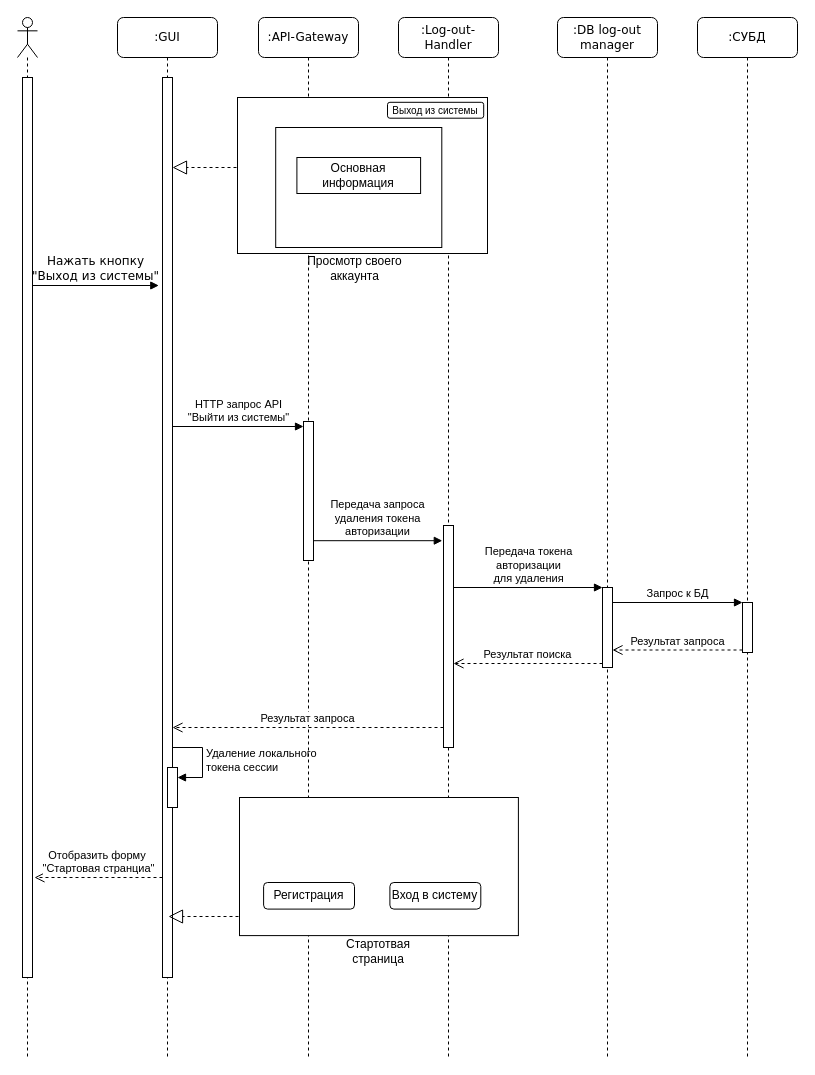
Earlier version of the draw.io diagram raw_diagrams/log_out_request_flow_diagram.drawio (AS2/internet_technologies). Source tidied: cells renumbered, new cells numbered last; positions are measured from the earlier drawing's top-left corner, leaving out a move shared by most shapes. Both pictures are drawn from the tidied source at 100%, with x=0, y=0 at pixel (17, 17).
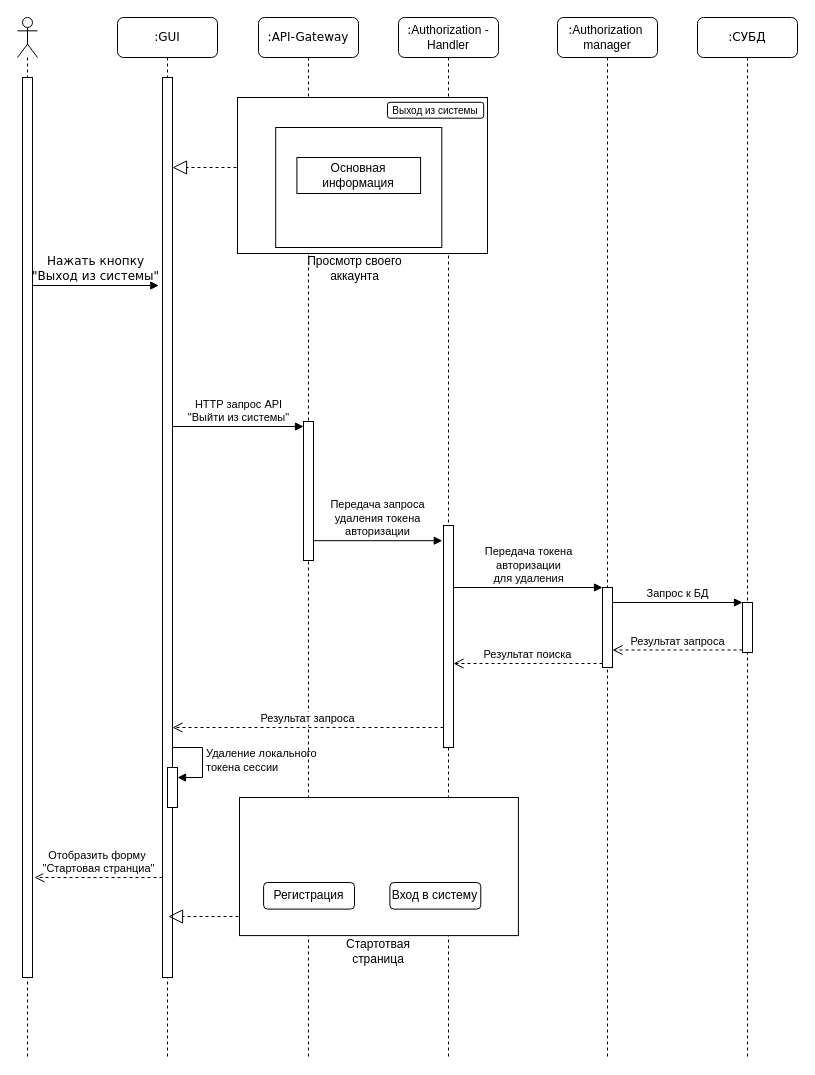
The same page after the edit.

Commit message (it also covers changes not shown here):
Fixed components and flow diagrams

Change to the diagram source:
```diff
@@
-    <mxCell id="9" value=":DB log-out manager" style="shape=umlLifeline;perimeter=lifelinePerimeter;whiteSpace=wrap;html=1;rounded=1;shadow=0;comic=0;labelBackgroundColor=none;strokeWidth=1;fontFamily=Verdana;fontSize=12;align=center;" parent="1" vertex="1">
+    <mxCell id="9" value=":&lt;span style=&quot;font-family: Helvetica;&quot;&gt;Authorization&amp;nbsp;&lt;/span&gt;&lt;br style=&quot;font-family: Helvetica;&quot;&gt;&lt;span style=&quot;font-family: Helvetica;&quot;&gt;manager&lt;/span&gt;" style="shape=umlLifeline;perimeter=lifelinePerimeter;whiteSpace=wrap;html=1;rounded=1;shadow=0;comic=0;labelBackgroundColor=none;strokeWidth=1;fontFamily=Verdana;fontSize=12;align=center;" parent="1" vertex="1">
       <mxGeometry x="540" width="100" height="1040" as="geometry" />
     </mxCell>
@@
-    <mxCell id="21" value=":Log-out-Handler" style="shape=umlLifeline;perimeter=lifelinePerimeter;whiteSpace=wrap;html=1;rounded=1;shadow=0;comic=0;labelBackgroundColor=none;strokeWidth=1;fontFamily=Verdana;fontSize=12;align=center;" parent="1" vertex="1">
+    <mxCell id="21" value=":&lt;span style=&quot;font-family: Helvetica;&quot;&gt;Authorization -Handler&lt;/span&gt;" style="shape=umlLifeline;perimeter=lifelinePerimeter;whiteSpace=wrap;html=1;rounded=1;shadow=0;comic=0;labelBackgroundColor=none;strokeWidth=1;fontFamily=Verdana;fontSize=12;align=center;" parent="1" vertex="1">
       <mxGeometry x="381" width="100" height="1040" as="geometry" />
     </mxCell>
```
